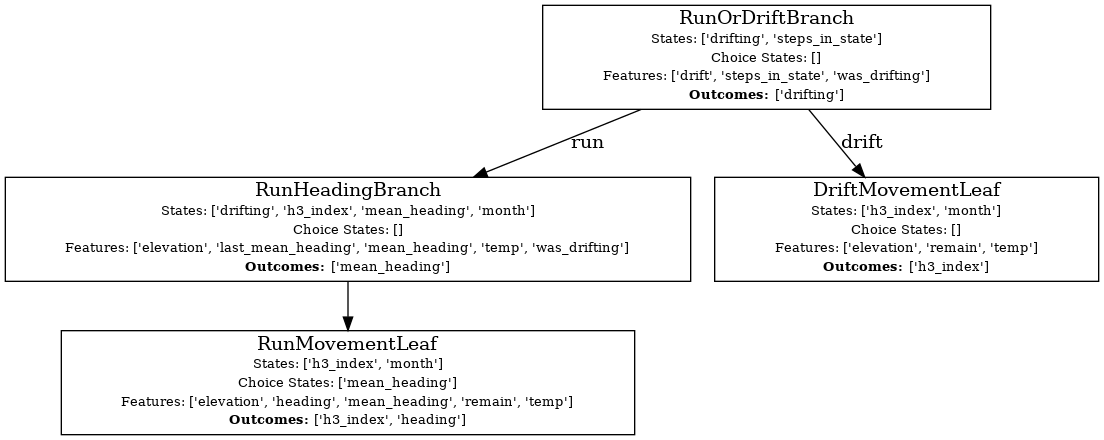
Before: pipelines/chinook/RunOrDriftBranch.gv.png, a diagram exported from Graphviz (networkearth/mirrorverse). Its source is kept beside it as pipelines/chinook/RunOrDriftBranch.gv.
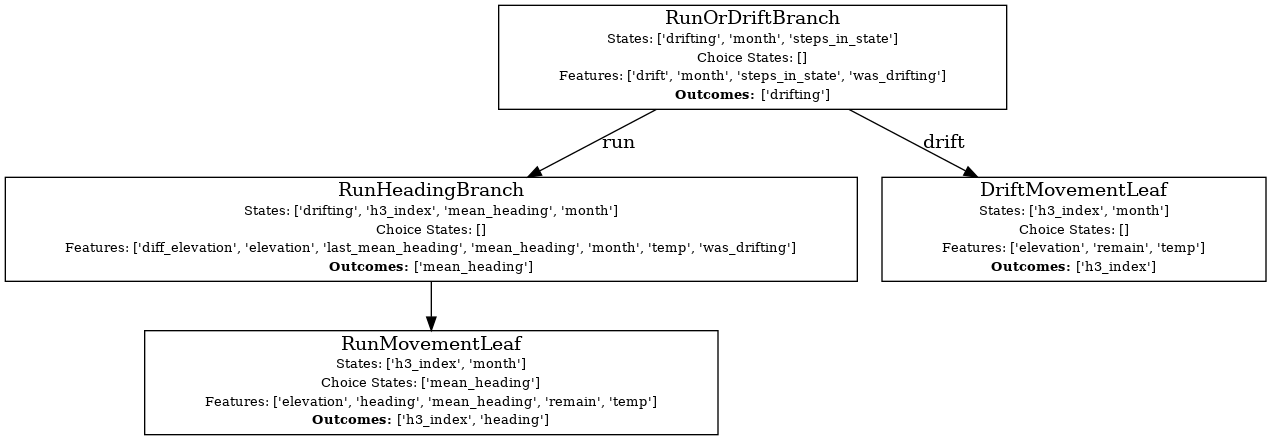
After the change.

Change to the diagram source:
```diff
@@ -2,11 +2,11 @@
 	RunOrDriftBranch [label=<
         <FONT>RunOrDriftBranch</FONT>
         <BR/>
-        <FONT POINT-SIZE="10">States: ['drifting', 'steps_in_state']</FONT>
+        <FONT POINT-SIZE="10">States: ['drifting', 'month', 'steps_in_state']</FONT>
         <BR/>
         <FONT POINT-SIZE="10">Choice States: []</FONT>
         <BR/>
-        <FONT POINT-SIZE="10">Features: ['drift', 'steps_in_state', 'was_drifting']</FONT>
+        <FONT POINT-SIZE="10">Features: ['drift', 'month', 'steps_in_state', 'was_drifting']</FONT>
         <BR/>
         <FONT POINT-SIZE="10"><B>Outcomes:</B> ['drifting']</FONT>
         > shape=box]
@@ -17,7 +17,7 @@
         <BR/>
         <FONT POINT-SIZE="10">Choice States: []</FONT>
         <BR/>
-        <FONT POINT-SIZE="10">Features: ['elevation', 'last_mean_heading', 'mean_heading', 'temp', 'was_drifting']</FONT>
+        <FONT POINT-SIZE="10">Features: ['diff_elevation', 'elevation', 'last_mean_heading', 'mean_heading', 'month', 'temp', 'was_drifting']</FONT>
         <BR/>
         <FONT POINT-SIZE="10"><B>Outcomes:</B> ['mean_heading']</FONT>
         > shape=box]
```
